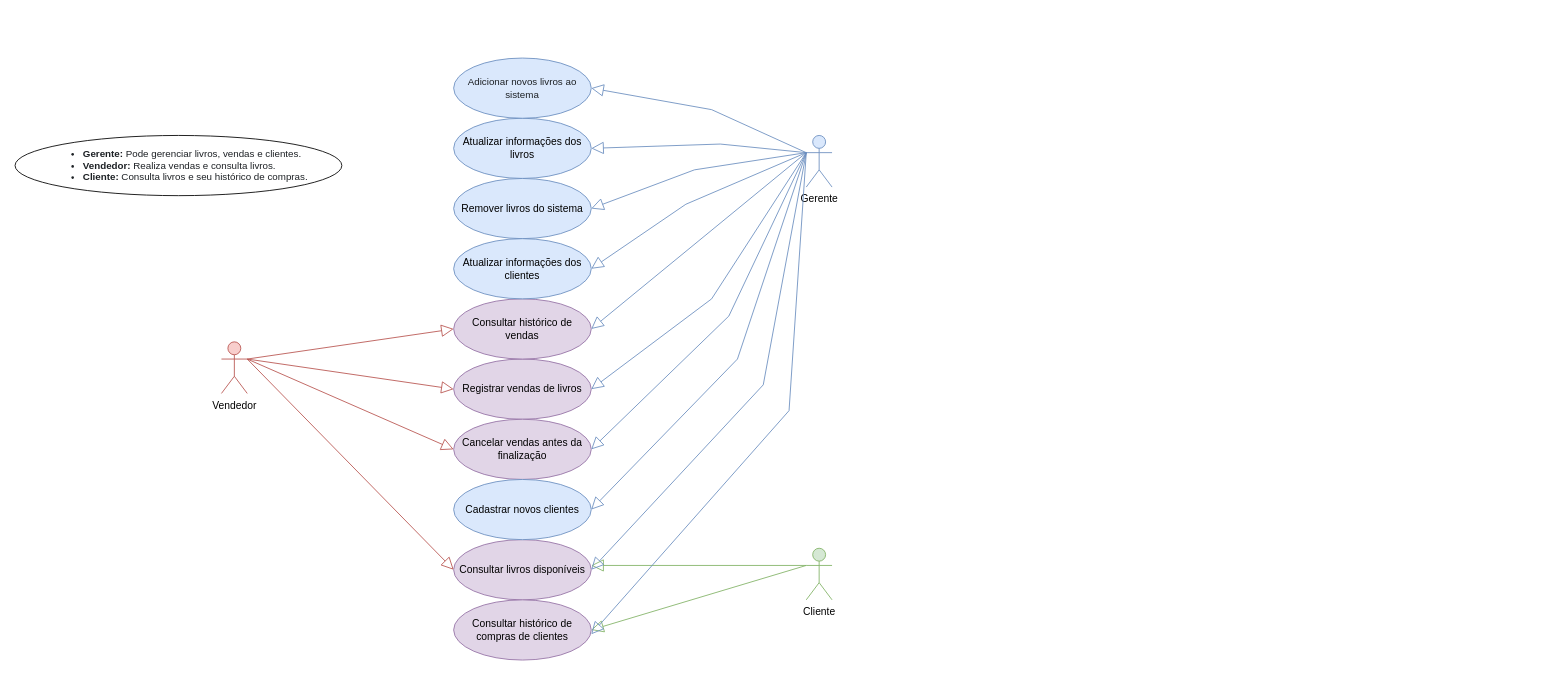
Before: Diagrama sem nome.drawio in NatanFBagatoli/livraria, a draw.io diagram. Source tidied: cells renumbered, new cells numbered last; positions are measured from the earlier drawing's top-left corner, leaving out a move shared by most shapes. Both pictures are drawn from the tidied source at 86%, with x=0, y=0 at pixel (15, 58).
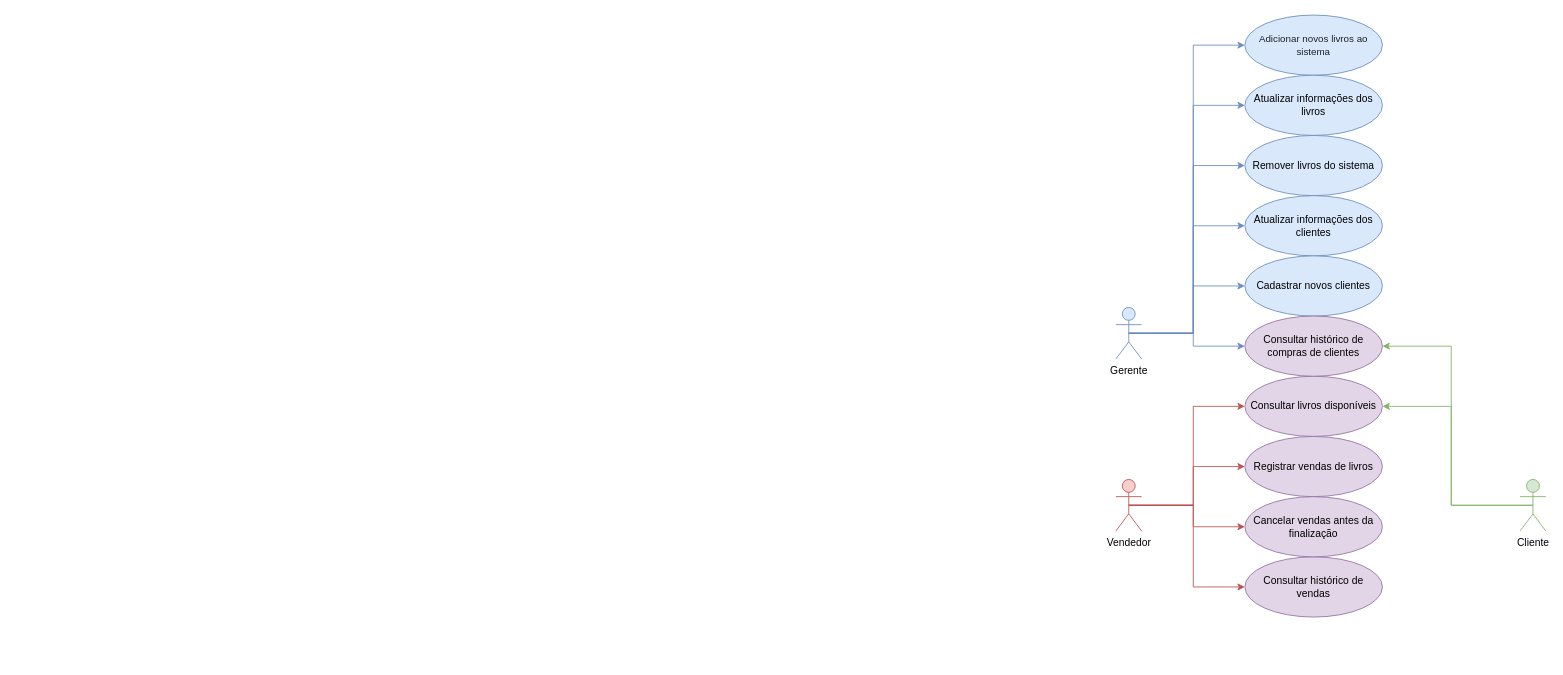
The same page after the edit.

Change to the diagram source:
```diff
@@
+    <mxCell id="32" style="edgeStyle=orthogonalEdgeStyle;rounded=0;jettySize=auto;html=1;exitX=0.5;exitY=0.5;exitDx=0;exitDy=0;exitPerimeter=0;entryX=0;entryY=0.5;entryDx=0;entryDy=0;fillColor=#f8cecc;strokeColor=#b85450;" parent="1" edge="1" source="2" target="8">
+      <mxGeometry relative="1" as="geometry" />
+    </mxCell>
+    <mxCell id="21" style="edgeStyle=orthogonalEdgeStyle;rounded=0;jettySize=auto;html=1;exitX=0.5;exitY=0.5;exitDx=0;exitDy=0;exitPerimeter=0;entryX=0;entryY=0.5;entryDx=0;entryDy=0;fillColor=#f8cecc;strokeColor=#b85450;" parent="1" edge="1" source="2" target="9">
+      <mxGeometry relative="1" as="geometry" />
+    </mxCell>
+    <mxCell id="33" style="edgeStyle=orthogonalEdgeStyle;rounded=0;jettySize=auto;html=1;exitX=0.5;exitY=0.5;exitDx=0;exitDy=0;exitPerimeter=0;entryX=0;entryY=0.5;entryDx=0;entryDy=0;fillColor=#f8cecc;strokeColor=#b85450;" parent="1" edge="1" source="2" target="10">
+      <mxGeometry relative="1" as="geometry" />
+    </mxCell>
+    <mxCell id="22" style="edgeStyle=orthogonalEdgeStyle;rounded=0;jettySize=auto;html=1;exitX=0.5;exitY=0.5;exitDx=0;exitDy=0;exitPerimeter=0;entryX=0;entryY=0.5;entryDx=0;entryDy=0;fillColor=#f8cecc;strokeColor=#b85450;" parent="1" edge="1" source="2" target="11">
+      <mxGeometry relative="1" as="geometry" />
+    </mxCell>
     <mxCell id="2" value="Vendedor" style="shape=umlActor;html=1;verticalLabelPosition=bottom;verticalAlign=top;align=center;fillColor=#f8cecc;strokeColor=#b85450;" parent="1" vertex="1">
-      <mxGeometry x="240" y="330" width="30" height="60" as="geometry" />
+      <mxGeometry x="1280" y="490" width="30" height="60" as="geometry" />
     </mxCell>
+    <mxCell id="34" style="edgeStyle=orthogonalEdgeStyle;rounded=0;jettySize=auto;html=1;exitX=0.5;exitY=0.5;exitDx=0;exitDy=0;exitPerimeter=0;entryX=1;entryY=0.5;entryDx=0;entryDy=0;fillColor=#d5e8d4;strokeColor=#82b366;" parent="1" edge="1" source="3" target="8">
+      <mxGeometry relative="1" as="geometry" />
+    </mxCell>
+    <mxCell id="18" style="edgeStyle=orthogonalEdgeStyle;rounded=0;jettySize=auto;html=1;exitX=0.5;exitY=0.5;exitDx=0;exitDy=0;exitPerimeter=0;entryX=1;entryY=0.5;entryDx=0;entryDy=0;fillColor=#d5e8d4;strokeColor=#82b366;" parent="1" edge="1" source="3" target="13">
+      <mxGeometry relative="1" as="geometry" />
+    </mxCell>
     <mxCell id="3" value="Cliente" style="shape=umlActor;html=1;verticalLabelPosition=bottom;verticalAlign=top;align=center;fillColor=#d5e8d4;strokeColor=#82b366;" parent="1" vertex="1">
-      <mxGeometry x="920" y="570" width="30" height="60" as="geometry" />
+      <mxGeometry x="1750" y="490" width="30" height="60" as="geometry" />
     </mxCell>
+    <mxCell id="35" style="edgeStyle=orthogonalEdgeStyle;rounded=0;jettySize=auto;html=1;exitX=0.5;exitY=0.5;exitDx=0;exitDy=0;exitPerimeter=0;entryX=0;entryY=0.5;entryDx=0;entryDy=0;fillColor=#dae8fc;strokeColor=#6c8ebf;" parent="1" edge="1" source="4" target="13">
+      <mxGeometry relative="1" as="geometry" />
+    </mxCell>
+    <mxCell id="28" style="edgeStyle=orthogonalEdgeStyle;rounded=0;jettySize=auto;html=1;exitX=0.5;exitY=0.5;exitDx=0;exitDy=0;exitPerimeter=0;fillColor=#dae8fc;strokeColor=#6c8ebf;" parent="1" edge="1" source="4" target="12">
+      <mxGeometry relative="1" as="geometry" />
+    </mxCell>
+    <mxCell id="36" style="edgeStyle=orthogonalEdgeStyle;rounded=0;jettySize=auto;html=1;exitX=0.5;exitY=0.5;exitDx=0;exitDy=0;exitPerimeter=0;entryX=0;entryY=0.5;entryDx=0;entryDy=0;fillColor=#dae8fc;strokeColor=#6c8ebf;" parent="1" edge="1" source="4" target="14">
+      <mxGeometry relative="1" as="geometry" />
+    </mxCell>
+    <mxCell id="17" style="edgeStyle=orthogonalEdgeStyle;rounded=0;jettySize=auto;html=1;exitX=0.5;exitY=0.5;exitDx=0;exitDy=0;exitPerimeter=0;entryX=0;entryY=0.5;entryDx=0;entryDy=0;fillColor=#dae8fc;strokeColor=#6c8ebf;" parent="1" edge="1" source="4" target="6">
+      <mxGeometry relative="1" as="geometry" />
+    </mxCell>
+    <mxCell id="37" style="edgeStyle=orthogonalEdgeStyle;rounded=0;jettySize=auto;html=1;exitX=0.5;exitY=0.5;exitDx=0;exitDy=0;exitPerimeter=0;entryX=0;entryY=0.5;entryDx=0;entryDy=0;fillColor=#dae8fc;strokeColor=#6c8ebf;" parent="1" edge="1" source="4" target="5">
+      <mxGeometry relative="1" as="geometry" />
+    </mxCell>
+    <mxCell id="38" style="edgeStyle=orthogonalEdgeStyle;rounded=0;jettySize=auto;html=1;exitX=0.5;exitY=0.5;exitDx=0;exitDy=0;exitPerimeter=0;entryX=0;entryY=0.5;entryDx=0;entryDy=0;fillColor=#dae8fc;strokeColor=#6c8ebf;" parent="1" edge="1" source="4" target="7">
+      <mxGeometry relative="1" as="geometry" />
+    </mxCell>
     <mxCell id="4" value="Gerente" style="shape=umlActor;html=1;verticalLabelPosition=bottom;verticalAlign=top;align=center;fillColor=#dae8fc;strokeColor=#6c8ebf;" parent="1" vertex="1">
-      <mxGeometry x="920" y="90" width="30" height="60" as="geometry" />
+      <mxGeometry x="1280" y="290" width="30" height="60" as="geometry" />
     </mxCell>
+    <mxCell id="7" value="&lt;div style=&quot;&quot;&gt;&lt;font face=&quot;Poppins, sans-serif&quot; color=&quot;#1d2125&quot;&gt;&lt;span style=&quot;font-size: 11.375px;&quot;&gt;Adicionar novos livros ao sistema&lt;/span&gt;&lt;/font&gt;&lt;/div&gt;" style="ellipse;whiteSpace=wrap;html=1;align=center;fillColor=#dae8fc;strokeColor=#6c8ebf;" parent="1" vertex="1">
+      <mxGeometry x="1430" y="-50" width="160" height="70" as="geometry" />
+    </mxCell>
     <mxCell id="5" value="Atualizar informações dos livros" style="ellipse;whiteSpace=wrap;html=1;fillColor=#dae8fc;strokeColor=#6c8ebf;" parent="1" vertex="1">
-      <mxGeometry x="510" y="70" width="160" height="70" as="geometry" />
+      <mxGeometry x="1430" y="20" width="160" height="70" as="geometry" />
     </mxCell>
     <mxCell id="6" value="Remover livros do sistema" style="ellipse;whiteSpace=wrap;html=1;fillColor=#dae8fc;strokeColor=#6c8ebf;" parent="1" vertex="1">
-      <mxGeometry x="510" y="140" width="160" height="70" as="geometry" />
+      <mxGeometry x="1430" y="90" width="160" height="70" as="geometry" />
     </mxCell>
-    <mxCell id="7" value="&lt;div style=&quot;&quot;&gt;&lt;font face=&quot;Poppins, sans-serif&quot; color=&quot;#1d2125&quot;&gt;&lt;span style=&quot;font-size: 11.375px;&quot;&gt;Adicionar novos livros ao sistema&lt;/span&gt;&lt;/font&gt;&lt;/div&gt;" style="ellipse;whiteSpace=wrap;html=1;align=center;fillColor=#dae8fc;strokeColor=#6c8ebf;" parent="1" vertex="1">
-      <mxGeometry x="510" width="160" height="70" as="geometry" />
-    </mxCell>
+    <mxCell id="14" value="Atualizar informações dos clientes" style="ellipse;whiteSpace=wrap;html=1;fillColor=#dae8fc;strokeColor=#6c8ebf;" parent="1" vertex="1">
+      <mxGeometry x="1430" y="160" width="160" height="70" as="geometry" />
+    </mxCell>
+    <mxCell id="12" value="Cadastrar novos clientes" style="ellipse;whiteSpace=wrap;html=1;fillColor=#dae8fc;strokeColor=#6c8ebf;" parent="1" vertex="1">
+      <mxGeometry x="1430" y="230" width="160" height="70" as="geometry" />
+    </mxCell>
     <mxCell id="8" value="Consultar livros disponíveis" style="ellipse;whiteSpace=wrap;html=1;fillColor=#e1d5e7;strokeColor=#9673a6;" parent="1" vertex="1">
-      <mxGeometry x="510" y="560" width="160" height="70" as="geometry" />
+      <mxGeometry x="1430" y="370" width="160" height="70" as="geometry" />
     </mxCell>
+    <mxCell id="11" value="Consultar histórico de vendas" style="ellipse;whiteSpace=wrap;html=1;fillColor=#e1d5e7;strokeColor=#9673a6;" parent="1" vertex="1">
+      <mxGeometry x="1430" y="580" width="160" height="70" as="geometry" />
+    </mxCell>
     <mxCell id="9" value="Registrar vendas de livros" style="ellipse;whiteSpace=wrap;html=1;fillColor=#e1d5e7;strokeColor=#9673a6;" parent="1" vertex="1">
-      <mxGeometry x="510" y="350" width="160" height="70" as="geometry" />
+      <mxGeometry x="1430" y="440" width="160" height="70" as="geometry" />
     </mxCell>
     <mxCell id="10" value="Cancelar vendas antes da finalização" style="ellipse;whiteSpace=wrap;html=1;fillColor=#e1d5e7;strokeColor=#9673a6;" parent="1" vertex="1">
-      <mxGeometry x="510" y="420" width="160" height="70" as="geometry" />
+      <mxGeometry x="1430" y="510" width="160" height="70" as="geometry" />
     </mxCell>
-    <mxCell id="11" value="Consultar histórico de vendas" style="ellipse;whiteSpace=wrap;html=1;fillColor=#e1d5e7;strokeColor=#9673a6;" parent="1" vertex="1">
-      <mxGeometry x="510" y="280" width="160" height="70" as="geometry" />
-    </mxCell>
-    <mxCell id="12" value="Cadastrar novos clientes" style="ellipse;whiteSpace=wrap;html=1;fillColor=#dae8fc;strokeColor=#6c8ebf;" parent="1" vertex="1">
-      <mxGeometry x="510" y="490" width="160" height="70" as="geometry" />
-    </mxCell>
     <mxCell id="13" value="Consultar histórico de compras de clientes" style="ellipse;whiteSpace=wrap;html=1;fillColor=#e1d5e7;strokeColor=#9673a6;" parent="1" vertex="1">
-      <mxGeometry x="510" y="630" width="160" height="70" as="geometry" />
+      <mxGeometry x="1430" y="300" width="160" height="70" as="geometry" />
     </mxCell>
-    <mxCell id="14" value="Atualizar informações dos clientes" style="ellipse;whiteSpace=wrap;html=1;fillColor=#dae8fc;strokeColor=#6c8ebf;" parent="1" vertex="1">
-      <mxGeometry x="510" y="210" width="160" height="70" as="geometry" />
-    </mxCell>
-    <mxCell id="15" style="edgeStyle=none;html=1;endArrow=block;endFill=0;endSize=12;verticalAlign=bottom;rounded=0;entryX=1;entryY=0.5;entryDx=0;entryDy=0;fillColor=#dae8fc;strokeColor=#6c8ebf;" parent="1" edge="1" target="7">
-      <mxGeometry relative="1" as="geometry">
-        <mxPoint x="920" y="110" as="sourcePoint" />
-        <Array as="points">
-          <mxPoint x="810" y="60" />
-        </Array>
-      </mxGeometry>
-    </mxCell>
-    <mxCell id="16" style="edgeStyle=none;html=1;endArrow=block;endFill=0;endSize=12;verticalAlign=bottom;rounded=0;fillColor=#dae8fc;strokeColor=#6c8ebf;" parent="1" edge="1">
-      <mxGeometry relative="1" as="geometry">
-        <mxPoint x="920" y="110" as="sourcePoint" />
-        <mxPoint x="670" y="105" as="targetPoint" />
-        <Array as="points">
-          <mxPoint x="820" y="100" />
-        </Array>
-      </mxGeometry>
-    </mxCell>
-    <mxCell id="17" style="edgeStyle=none;html=1;endArrow=block;endFill=0;endSize=12;verticalAlign=bottom;rounded=0;entryX=1;entryY=0.5;entryDx=0;entryDy=0;fillColor=#dae8fc;strokeColor=#6c8ebf;exitX=0;exitY=0.3333333333333333;exitDx=0;exitDy=0;exitPerimeter=0;" parent="1" edge="1" source="4" target="6">
-      <mxGeometry relative="1" as="geometry">
-        <Array as="points">
-          <mxPoint x="790" y="130" />
-        </Array>
-      </mxGeometry>
-    </mxCell>
-    <mxCell id="18" style="edgeStyle=none;html=1;endArrow=block;endFill=0;endSize=12;verticalAlign=bottom;rounded=0;entryX=1;entryY=0.5;entryDx=0;entryDy=0;exitX=0;exitY=0.3333333333333333;exitDx=0;exitDy=0;exitPerimeter=0;fillColor=#d5e8d4;strokeColor=#82b366;" parent="1" edge="1" source="3" target="13">
-      <mxGeometry relative="1" as="geometry" />
-    </mxCell>
-    <mxCell id="19" style="edgeStyle=none;html=1;endArrow=block;endFill=0;endSize=12;verticalAlign=bottom;rounded=0;fillColor=#d5e8d4;strokeColor=#82b366;" parent="1" edge="1">
-      <mxGeometry relative="1" as="geometry">
-        <mxPoint x="920" y="590" as="sourcePoint" />
-        <mxPoint x="670" y="590" as="targetPoint" />
-      </mxGeometry>
-    </mxCell>
-    <mxCell id="20" style="edgeStyle=none;html=1;endArrow=block;endFill=0;endSize=12;verticalAlign=bottom;rounded=0;entryX=0;entryY=0.5;entryDx=0;entryDy=0;fillColor=#f8cecc;strokeColor=#b85450;" parent="1" edge="1" target="10">
-      <mxGeometry relative="1" as="geometry">
-        <mxPoint x="270" y="350" as="sourcePoint" />
-      </mxGeometry>
-    </mxCell>
-    <mxCell id="21" style="edgeStyle=none;html=1;endArrow=block;endFill=0;endSize=12;verticalAlign=bottom;rounded=0;exitX=1;exitY=0.3333333333333333;exitDx=0;exitDy=0;exitPerimeter=0;entryX=0;entryY=0.5;entryDx=0;entryDy=0;fillColor=#f8cecc;strokeColor=#b85450;" parent="1" edge="1" source="2" target="9">
-      <mxGeometry relative="1" as="geometry" />
-    </mxCell>
-    <mxCell id="22" style="edgeStyle=none;html=1;endArrow=block;endFill=0;endSize=12;verticalAlign=bottom;rounded=0;exitX=1;exitY=0.3333333333333333;exitDx=0;exitDy=0;exitPerimeter=0;entryX=0;entryY=0.5;entryDx=0;entryDy=0;fillColor=#f8cecc;strokeColor=#b85450;" parent="1" edge="1" source="2" target="11">
-      <mxGeometry relative="1" as="geometry" />
-    </mxCell>
-    <mxCell id="23" style="edgeStyle=none;html=1;endArrow=block;endFill=0;endSize=12;verticalAlign=bottom;rounded=0;entryX=1;entryY=0.5;entryDx=0;entryDy=0;fillColor=#dae8fc;strokeColor=#6c8ebf;exitX=0;exitY=0.3333333333333333;exitDx=0;exitDy=0;exitPerimeter=0;" parent="1" edge="1" source="4" target="11">
-      <mxGeometry relative="1" as="geometry" />
-    </mxCell>
-    <mxCell id="24" style="edgeStyle=none;html=1;endArrow=block;endFill=0;endSize=12;verticalAlign=bottom;rounded=0;fillColor=#f8cecc;strokeColor=#b85450;entryX=0;entryY=0.5;entryDx=0;entryDy=0;" parent="1" edge="1" target="8">
-      <mxGeometry relative="1" as="geometry">
-        <mxPoint x="270" y="350" as="sourcePoint" />
-      </mxGeometry>
-    </mxCell>
-    <mxCell id="25" value="&lt;ul style=&quot;box-sizing: border-box; font-family: Poppins, sans-serif; outline: none; margin-top: 0px; margin-bottom: 0px; list-style-position: initial; list-style-image: initial; color: rgb(29, 33, 37); font-size: 11.375px; text-align: left; background-color: rgb(255, 255, 255);&quot; id=&quot;yui_3_18_1_1_1709657729383_94&quot;&gt;&lt;li style=&quot;box-sizing: border-box; outline: none;&quot; id=&quot;yui_3_18_1_1_1709657729383_101&quot;&gt;&lt;span style=&quot;box-sizing: border-box; outline: none; font-weight: bolder;&quot;&gt;Gerente:&lt;/span&gt;&amp;nbsp;Pode gerenciar livros, vendas e clientes.&lt;/li&gt;&lt;li style=&quot;box-sizing: border-box; outline: none;&quot;&gt;&lt;span style=&quot;box-sizing: border-box; outline: none; font-weight: bolder;&quot;&gt;Vendedor:&lt;/span&gt;&amp;nbsp;Realiza vendas e consulta livros.&lt;/li&gt;&lt;li style=&quot;box-sizing: border-box; outline: none;&quot; id=&quot;yui_3_18_1_1_1709657729383_95&quot;&gt;&lt;span style=&quot;box-sizing: border-box; outline: none; font-weight: bolder;&quot;&gt;Cliente:&lt;/span&gt;&amp;nbsp;Consulta livros e seu histórico de compras.&lt;/li&gt;&lt;/ul&gt;" style="ellipse;whiteSpace=wrap;html=1;" parent="1" vertex="1">
-      <mxGeometry y="90" width="380" height="70" as="geometry" />
-    </mxCell>
-    <mxCell id="26" style="edgeStyle=none;html=1;endArrow=block;endFill=0;endSize=12;verticalAlign=bottom;rounded=0;entryX=1;entryY=0.5;entryDx=0;entryDy=0;fillColor=#dae8fc;strokeColor=#6c8ebf;" parent="1" edge="1" target="8">
-      <mxGeometry relative="1" as="geometry">
-        <mxPoint x="920" y="110" as="sourcePoint" />
-        <Array as="points">
-          <mxPoint x="870" y="380" />
-        </Array>
-      </mxGeometry>
-    </mxCell>
-    <mxCell id="27" style="edgeStyle=none;html=1;endArrow=block;endFill=0;endSize=12;verticalAlign=bottom;rounded=0;entryX=1;entryY=0.5;entryDx=0;entryDy=0;fillColor=#dae8fc;strokeColor=#6c8ebf;" parent="1" edge="1" target="9">
-      <mxGeometry relative="1" as="geometry">
-        <mxPoint x="920" y="110" as="sourcePoint" />
-        <Array as="points">
-          <mxPoint x="810" y="280" />
-        </Array>
-      </mxGeometry>
-    </mxCell>
-    <mxCell id="28" style="edgeStyle=none;html=1;endArrow=block;endFill=0;endSize=12;verticalAlign=bottom;rounded=0;exitX=0;exitY=0.3333333333333333;exitDx=0;exitDy=0;exitPerimeter=0;entryX=1;entryY=0.5;entryDx=0;entryDy=0;fillColor=#dae8fc;strokeColor=#6c8ebf;" parent="1" edge="1" source="4" target="12">
-      <mxGeometry relative="1" as="geometry">
-        <Array as="points">
-          <mxPoint x="840" y="350" />
-        </Array>
-      </mxGeometry>
-    </mxCell>
-    <mxCell id="29" style="edgeStyle=none;html=1;endArrow=block;endFill=0;endSize=12;verticalAlign=bottom;rounded=0;entryX=1;entryY=0.5;entryDx=0;entryDy=0;fillColor=#dae8fc;strokeColor=#6c8ebf;" parent="1" edge="1" target="14">
-      <mxGeometry relative="1" as="geometry">
-        <mxPoint x="920" y="110" as="sourcePoint" />
-        <Array as="points">
-          <mxPoint x="780" y="170" />
-        </Array>
-      </mxGeometry>
-    </mxCell>
-    <mxCell id="30" style="edgeStyle=none;html=1;endArrow=block;endFill=0;endSize=12;verticalAlign=bottom;rounded=0;entryX=1;entryY=0.5;entryDx=0;entryDy=0;fillColor=#dae8fc;strokeColor=#6c8ebf;" parent="1" edge="1" target="10">
-      <mxGeometry relative="1" as="geometry">
-        <mxPoint x="920" y="110" as="sourcePoint" />
-        <Array as="points">
-          <mxPoint x="830" y="300" />
-        </Array>
-      </mxGeometry>
-    </mxCell>
-    <mxCell id="31" style="edgeStyle=none;html=1;endArrow=block;endFill=0;endSize=12;verticalAlign=bottom;rounded=0;fillColor=#dae8fc;strokeColor=#6c8ebf;" parent="1" edge="1">
-      <mxGeometry relative="1" as="geometry">
-        <mxPoint x="920" y="110" as="sourcePoint" />
-        <mxPoint x="670" y="670" as="targetPoint" />
-        <Array as="points">
-          <mxPoint x="900" y="410" />
-        </Array>
-      </mxGeometry>
-    </mxCell>
```
